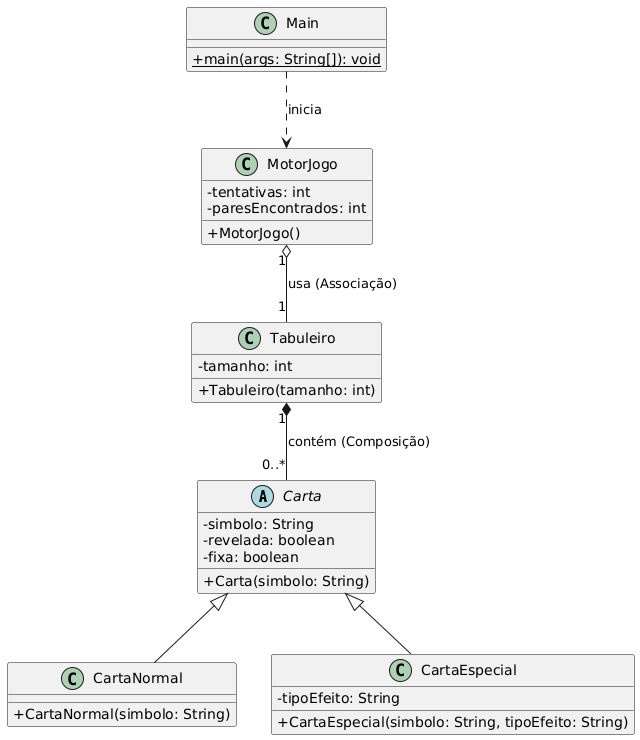
This is uml_parcial.png from rafaeljunqueira2024151531/123, a PlantUML export, as it was before one commit.
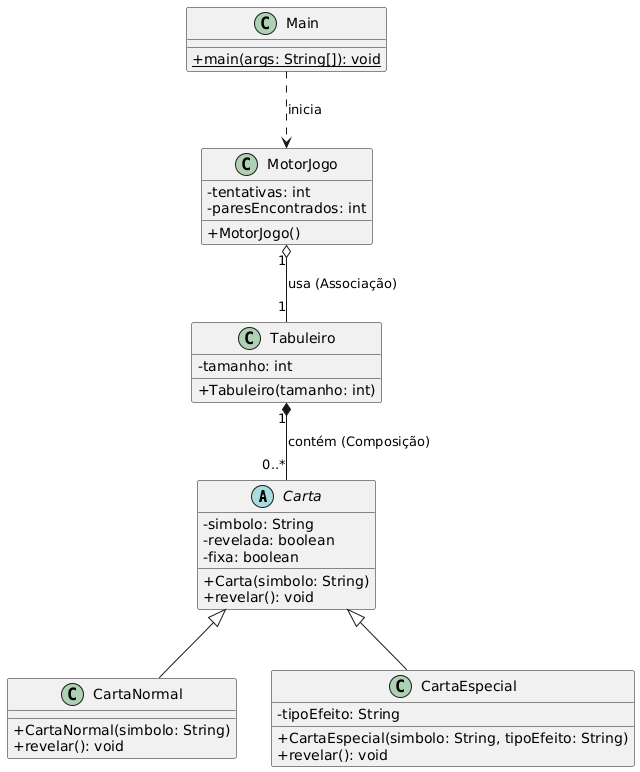
The same diagram one commit later.

The edit, as a diff of the source:
```diff
@@ -3,19 +3,22 @@
 
 
 abstract class Carta {
-    - simbolo: String
-    - revelada: boolean
-    - fixa: boolean
-    + Carta(simbolo: String)
+    -simbolo: String
+    -revelada: boolean
+    -fixa: boolean
+    +Carta(simbolo: String)
+    +revelar(): void
 }
 
 class CartaNormal {
-    + CartaNormal(simbolo: String)
+    +CartaNormal(simbolo: String)
+    +revelar(): void
 }
 
 class CartaEspecial {
-    - tipoEfeito: String
-    + CartaEspecial(simbolo: String, tipoEfeito: String)
+    -tipoEfeito: String
+    +CartaEspecial(simbolo: String, tipoEfeito: String)
+    +revelar(): void
 }
 
 class Tabuleiro {
```
